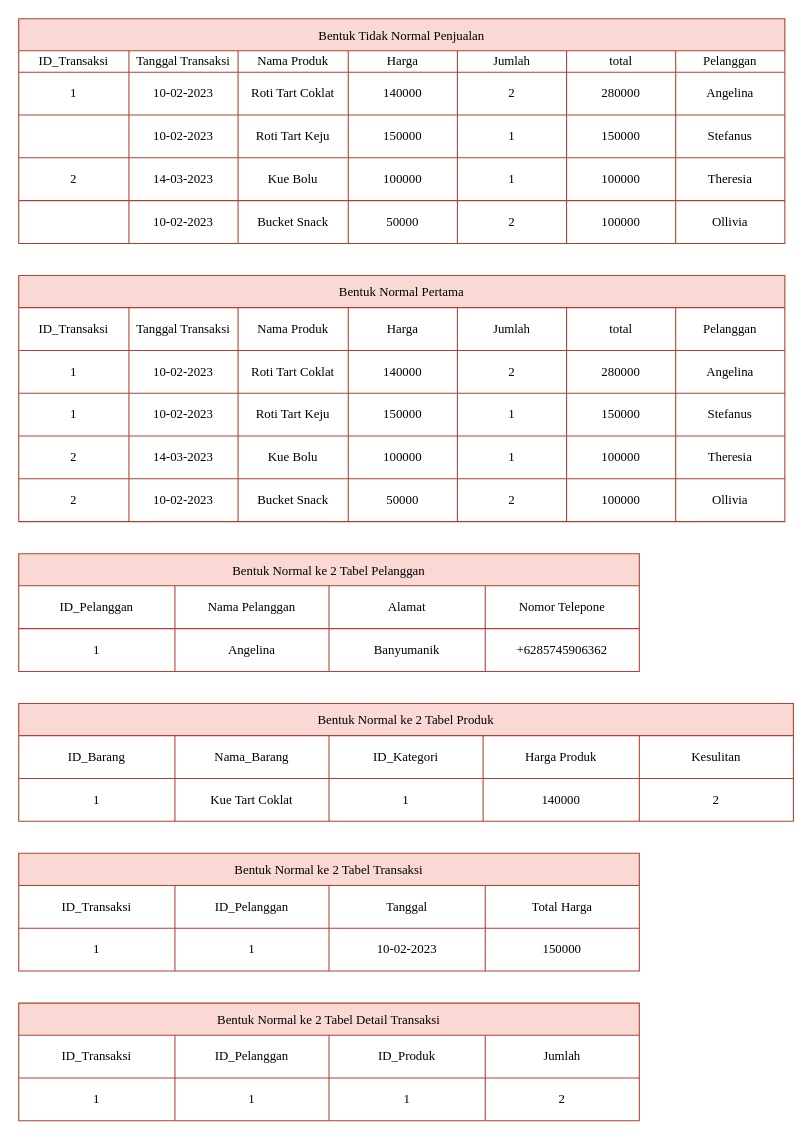
Earlier version of the draw.io diagram page "Normalisasi Revisi" (14 of 22) of TA.drawio (angelinahandini/TA). Source tidied: cells renumbered, new cells numbered last; positions are measured from the earlier drawing's top-left corner, leaving out a move shared by most shapes. Both pictures are drawn from the tidied source at 107%, with x=0, y=0 at pixel (18, 18).
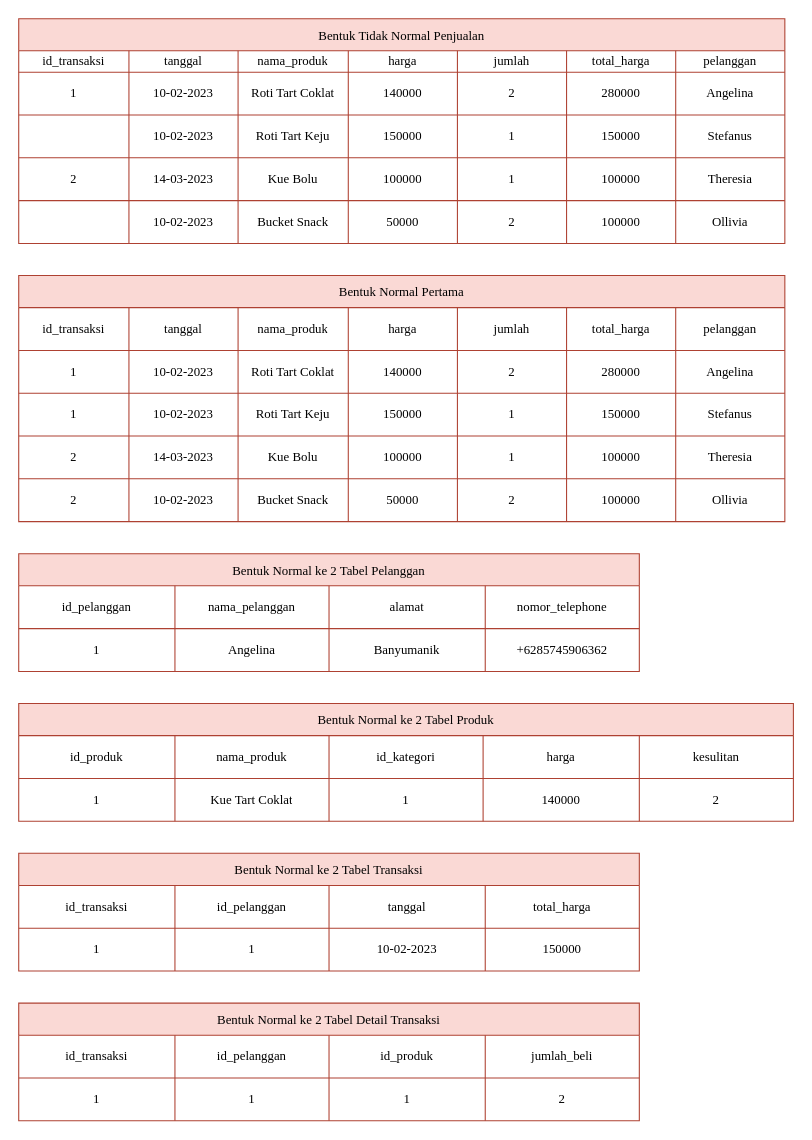
The same diagram, later.

The change refers to these unchanged cells:
```xml
<mxCell id="3" style="shape=tableRow;horizontal=0;startSize=0;swimlaneHead=0;swimlaneBody=0;strokeColor=inherit;top=0;left=0;bottom=0;right=0;fillColor=none;fontFamily=Times New Roman;" parent="2" vertex="1">
  <mxGeometry y="30" width="716" height="20" as="geometry" />
</mxCell>
<mxCell id="44" style="shape=tableRow;horizontal=0;startSize=0;swimlaneHead=0;swimlaneBody=0;strokeColor=inherit;top=0;left=0;bottom=0;right=0;fillColor=none;fontFamily=Times New Roman;" parent="43" vertex="1">
  <mxGeometry y="30" width="716" height="40" as="geometry" />
</mxCell>
<mxCell id="85" style="shape=tableRow;horizontal=0;startSize=0;swimlaneHead=0;swimlaneBody=0;strokeColor=inherit;top=0;left=0;bottom=0;right=0;fillColor=none;fontFamily=Times New Roman;" parent="84" vertex="1">
  <mxGeometry y="30" width="580" height="40" as="geometry" />
</mxCell>
<mxCell id="96" style="shape=tableRow;horizontal=0;startSize=0;swimlaneHead=0;swimlaneBody=0;strokeColor=inherit;top=0;left=0;bottom=0;right=0;fillColor=none;fontFamily=Times New Roman;" parent="95" vertex="1">
  <mxGeometry y="30" width="724" height="40" as="geometry" />
</mxCell>
<mxCell id="109" style="shape=tableRow;horizontal=0;startSize=0;swimlaneHead=0;swimlaneBody=0;strokeColor=inherit;top=0;left=0;bottom=0;right=0;fillColor=none;fontFamily=Times New Roman;" parent="108" vertex="1">
  <mxGeometry y="30" width="580" height="40" as="geometry" />
</mxCell>
<mxCell id="120" style="shape=tableRow;horizontal=0;startSize=0;swimlaneHead=0;swimlaneBody=0;strokeColor=inherit;top=0;left=0;bottom=0;right=0;fillColor=none;fontFamily=Times New Roman;" parent="119" vertex="1">
  <mxGeometry y="30" width="580" height="40" as="geometry" />
</mxCell>
```

The edit, as a diff of the source:
```diff
@@
-    <mxCell id="4" value="ID_Transaksi&lt;br&gt;" style="shape=partialRectangle;html=1;whiteSpace=wrap;strokeColor=inherit;overflow=hidden;fillColor=none;top=0;left=0;bottom=0;right=0;fontFamily=Times New Roman;" parent="3" vertex="1">
+    <mxCell id="4" value="id_transaksi" style="shape=partialRectangle;html=1;whiteSpace=wrap;strokeColor=inherit;overflow=hidden;fillColor=none;top=0;left=0;bottom=0;right=0;fontFamily=Times New Roman;" parent="3" vertex="1">
       <mxGeometry width="103" height="20" as="geometry" />
     </mxCell>
-    <mxCell id="5" value="Tanggal Transaksi" style="shape=partialRectangle;html=1;whiteSpace=wrap;strokeColor=inherit;overflow=hidden;fillColor=none;top=0;left=0;bottom=0;right=0;fontFamily=Times New Roman;" parent="3" vertex="1">
+    <mxCell id="5" value="tanggal" style="shape=partialRectangle;html=1;whiteSpace=wrap;strokeColor=inherit;overflow=hidden;fillColor=none;top=0;left=0;bottom=0;right=0;fontFamily=Times New Roman;" parent="3" vertex="1">
       <mxGeometry x="103" width="102" height="20" as="geometry" />
     </mxCell>
-    <mxCell id="6" value="Nama Produk" style="shape=partialRectangle;html=1;whiteSpace=wrap;strokeColor=inherit;overflow=hidden;fillColor=none;top=0;left=0;bottom=0;right=0;fontFamily=Times New Roman;" parent="3" vertex="1">
+    <mxCell id="6" value="nama_produk" style="shape=partialRectangle;html=1;whiteSpace=wrap;strokeColor=inherit;overflow=hidden;fillColor=none;top=0;left=0;bottom=0;right=0;fontFamily=Times New Roman;" parent="3" vertex="1">
       <mxGeometry x="205" width="103" height="20" as="geometry" />
     </mxCell>
-    <mxCell id="7" value="Harga" style="shape=partialRectangle;html=1;whiteSpace=wrap;strokeColor=inherit;overflow=hidden;fillColor=none;top=0;left=0;bottom=0;right=0;fontFamily=Times New Roman;" parent="3" vertex="1">
+    <mxCell id="7" value="harga" style="shape=partialRectangle;html=1;whiteSpace=wrap;strokeColor=inherit;overflow=hidden;fillColor=none;top=0;left=0;bottom=0;right=0;fontFamily=Times New Roman;" parent="3" vertex="1">
       <mxGeometry x="308" width="102" height="20" as="geometry" />
     </mxCell>
-    <mxCell id="8" value="Jumlah" style="shape=partialRectangle;html=1;whiteSpace=wrap;strokeColor=inherit;overflow=hidden;fillColor=none;top=0;left=0;bottom=0;right=0;fontFamily=Times New Roman;" parent="3" vertex="1">
+    <mxCell id="8" value="jumlah" style="shape=partialRectangle;html=1;whiteSpace=wrap;strokeColor=inherit;overflow=hidden;fillColor=none;top=0;left=0;bottom=0;right=0;fontFamily=Times New Roman;" parent="3" vertex="1">
       <mxGeometry x="410" width="102" height="20" as="geometry" />
     </mxCell>
-    <mxCell id="9" value="total" style="shape=partialRectangle;html=1;whiteSpace=wrap;strokeColor=inherit;overflow=hidden;fillColor=none;top=0;left=0;bottom=0;right=0;fontFamily=Times New Roman;" parent="3" vertex="1">
+    <mxCell id="9" value="total_harga" style="shape=partialRectangle;html=1;whiteSpace=wrap;strokeColor=inherit;overflow=hidden;fillColor=none;top=0;left=0;bottom=0;right=0;fontFamily=Times New Roman;" parent="3" vertex="1">
       <mxGeometry x="512" width="102" height="20" as="geometry" />
     </mxCell>
-    <mxCell id="10" value="Pelanggan" style="shape=partialRectangle;html=1;whiteSpace=wrap;strokeColor=inherit;overflow=hidden;fillColor=none;top=0;left=0;bottom=0;right=0;fontFamily=Times New Roman;" parent="3" vertex="1">
+    <mxCell id="10" value="pelanggan" style="shape=partialRectangle;html=1;whiteSpace=wrap;strokeColor=inherit;overflow=hidden;fillColor=none;top=0;left=0;bottom=0;right=0;fontFamily=Times New Roman;" parent="3" vertex="1">
       <mxGeometry x="614" width="102" height="20" as="geometry" />
     </mxCell>
@@
-    <mxCell id="45" value="ID_Transaksi&lt;br&gt;" style="shape=partialRectangle;html=1;whiteSpace=wrap;strokeColor=inherit;overflow=hidden;fillColor=none;top=0;left=0;bottom=0;right=0;fontFamily=Times New Roman;" parent="44" vertex="1">
+    <mxCell id="45" value="id_transaksi" style="shape=partialRectangle;html=1;whiteSpace=wrap;strokeColor=inherit;overflow=hidden;fillColor=none;top=0;left=0;bottom=0;right=0;fontFamily=Times New Roman;" parent="44" vertex="1">
       <mxGeometry width="103" height="40" as="geometry" />
     </mxCell>
-    <mxCell id="46" value="Tanggal Transaksi" style="shape=partialRectangle;html=1;whiteSpace=wrap;strokeColor=inherit;overflow=hidden;fillColor=none;top=0;left=0;bottom=0;right=0;fontFamily=Times New Roman;" parent="44" vertex="1">
+    <mxCell id="46" value="tanggal" style="shape=partialRectangle;html=1;whiteSpace=wrap;strokeColor=inherit;overflow=hidden;fillColor=none;top=0;left=0;bottom=0;right=0;fontFamily=Times New Roman;" parent="44" vertex="1">
       <mxGeometry x="103" width="102" height="40" as="geometry" />
     </mxCell>
-    <mxCell id="47" value="Nama Produk" style="shape=partialRectangle;html=1;whiteSpace=wrap;strokeColor=inherit;overflow=hidden;fillColor=none;top=0;left=0;bottom=0;right=0;fontFamily=Times New Roman;" parent="44" vertex="1">
+    <mxCell id="47" value="nama_produk" style="shape=partialRectangle;html=1;whiteSpace=wrap;strokeColor=inherit;overflow=hidden;fillColor=none;top=0;left=0;bottom=0;right=0;fontFamily=Times New Roman;" parent="44" vertex="1">
       <mxGeometry x="205" width="103" height="40" as="geometry" />
     </mxCell>
-    <mxCell id="48" value="Harga" style="shape=partialRectangle;html=1;whiteSpace=wrap;strokeColor=inherit;overflow=hidden;fillColor=none;top=0;left=0;bottom=0;right=0;fontFamily=Times New Roman;" parent="44" vertex="1">
+    <mxCell id="48" value="harga" style="shape=partialRectangle;html=1;whiteSpace=wrap;strokeColor=inherit;overflow=hidden;fillColor=none;top=0;left=0;bottom=0;right=0;fontFamily=Times New Roman;" parent="44" vertex="1">
       <mxGeometry x="308" width="102" height="40" as="geometry" />
     </mxCell>
-    <mxCell id="49" value="Jumlah" style="shape=partialRectangle;html=1;whiteSpace=wrap;strokeColor=inherit;overflow=hidden;fillColor=none;top=0;left=0;bottom=0;right=0;fontFamily=Times New Roman;" parent="44" vertex="1">
+    <mxCell id="49" value="jumlah" style="shape=partialRectangle;html=1;whiteSpace=wrap;strokeColor=inherit;overflow=hidden;fillColor=none;top=0;left=0;bottom=0;right=0;fontFamily=Times New Roman;" parent="44" vertex="1">
       <mxGeometry x="410" width="102" height="40" as="geometry" />
     </mxCell>
-    <mxCell id="50" value="total" style="shape=partialRectangle;html=1;whiteSpace=wrap;strokeColor=inherit;overflow=hidden;fillColor=none;top=0;left=0;bottom=0;right=0;fontFamily=Times New Roman;" parent="44" vertex="1">
+    <mxCell id="50" value="total_harga" style="shape=partialRectangle;html=1;whiteSpace=wrap;strokeColor=inherit;overflow=hidden;fillColor=none;top=0;left=0;bottom=0;right=0;fontFamily=Times New Roman;" parent="44" vertex="1">
       <mxGeometry x="512" width="102" height="40" as="geometry" />
     </mxCell>
-    <mxCell id="51" value="Pelanggan" style="shape=partialRectangle;html=1;whiteSpace=wrap;strokeColor=inherit;overflow=hidden;fillColor=none;top=0;left=0;bottom=0;right=0;fontFamily=Times New Roman;" parent="44" vertex="1">
+    <mxCell id="51" value="pelanggan" style="shape=partialRectangle;html=1;whiteSpace=wrap;strokeColor=inherit;overflow=hidden;fillColor=none;top=0;left=0;bottom=0;right=0;fontFamily=Times New Roman;" parent="44" vertex="1">
       <mxGeometry x="614" width="102" height="40" as="geometry" />
     </mxCell>
@@
-    <mxCell id="86" value="ID_Pelanggan" style="shape=partialRectangle;html=1;whiteSpace=wrap;strokeColor=inherit;overflow=hidden;fillColor=none;top=0;left=0;bottom=0;right=0;fontFamily=Times New Roman;" parent="85" vertex="1">
+    <mxCell id="86" value="id_pelanggan" style="shape=partialRectangle;html=1;whiteSpace=wrap;strokeColor=inherit;overflow=hidden;fillColor=none;top=0;left=0;bottom=0;right=0;fontFamily=Times New Roman;" parent="85" vertex="1">
       <mxGeometry width="146" height="40" as="geometry" />
     </mxCell>
-    <mxCell id="87" value="Nama Pelanggan" style="shape=partialRectangle;html=1;whiteSpace=wrap;strokeColor=inherit;overflow=hidden;fillColor=none;top=0;left=0;bottom=0;right=0;fontFamily=Times New Roman;" parent="85" vertex="1">
+    <mxCell id="87" value="nama_pelanggan" style="shape=partialRectangle;html=1;whiteSpace=wrap;strokeColor=inherit;overflow=hidden;fillColor=none;top=0;left=0;bottom=0;right=0;fontFamily=Times New Roman;" parent="85" vertex="1">
       <mxGeometry x="146" width="144" height="40" as="geometry" />
     </mxCell>
-    <mxCell id="88" value="Alamat" style="shape=partialRectangle;html=1;whiteSpace=wrap;strokeColor=inherit;overflow=hidden;fillColor=none;top=0;left=0;bottom=0;right=0;fontFamily=Times New Roman;" parent="85" vertex="1">
+    <mxCell id="88" value="alamat" style="shape=partialRectangle;html=1;whiteSpace=wrap;strokeColor=inherit;overflow=hidden;fillColor=none;top=0;left=0;bottom=0;right=0;fontFamily=Times New Roman;" parent="85" vertex="1">
       <mxGeometry x="290" width="146" height="40" as="geometry" />
     </mxCell>
-    <mxCell id="89" value="Nomor Telepone" style="shape=partialRectangle;html=1;whiteSpace=wrap;strokeColor=inherit;overflow=hidden;fillColor=none;top=0;left=0;bottom=0;right=0;fontFamily=Times New Roman;" parent="85" vertex="1">
+    <mxCell id="89" value="nomor_telephone" style="shape=partialRectangle;html=1;whiteSpace=wrap;strokeColor=inherit;overflow=hidden;fillColor=none;top=0;left=0;bottom=0;right=0;fontFamily=Times New Roman;" parent="85" vertex="1">
       <mxGeometry x="436" width="144" height="40" as="geometry" />
     </mxCell>
@@
-    <mxCell id="97" value="ID_Barang" style="shape=partialRectangle;html=1;whiteSpace=wrap;strokeColor=inherit;overflow=hidden;fillColor=none;top=0;left=0;bottom=0;right=0;fontFamily=Times New Roman;" parent="96" vertex="1">
+    <mxCell id="97" value="id_produk" style="shape=partialRectangle;html=1;whiteSpace=wrap;strokeColor=inherit;overflow=hidden;fillColor=none;top=0;left=0;bottom=0;right=0;fontFamily=Times New Roman;" parent="96" vertex="1">
       <mxGeometry width="146" height="40" as="geometry" />
     </mxCell>
-    <mxCell id="98" value="Nama_Barang" style="shape=partialRectangle;html=1;whiteSpace=wrap;strokeColor=inherit;overflow=hidden;fillColor=none;top=0;left=0;bottom=0;right=0;fontFamily=Times New Roman;" parent="96" vertex="1">
+    <mxCell id="98" value="nama_produk" style="shape=partialRectangle;html=1;whiteSpace=wrap;strokeColor=inherit;overflow=hidden;fillColor=none;top=0;left=0;bottom=0;right=0;fontFamily=Times New Roman;" parent="96" vertex="1">
       <mxGeometry x="146" width="144" height="40" as="geometry" />
     </mxCell>
-    <mxCell id="99" value="ID_Kategori" style="shape=partialRectangle;html=1;whiteSpace=wrap;strokeColor=inherit;overflow=hidden;fillColor=none;top=0;left=0;bottom=0;right=0;fontFamily=Times New Roman;" parent="96" vertex="1">
+    <mxCell id="99" value="id_kategori" style="shape=partialRectangle;html=1;whiteSpace=wrap;strokeColor=inherit;overflow=hidden;fillColor=none;top=0;left=0;bottom=0;right=0;fontFamily=Times New Roman;" parent="96" vertex="1">
       <mxGeometry x="290" width="144" height="40" as="geometry" />
     </mxCell>
-    <mxCell id="100" value="Harga Produk" style="shape=partialRectangle;html=1;whiteSpace=wrap;strokeColor=inherit;overflow=hidden;fillColor=none;top=0;left=0;bottom=0;right=0;fontFamily=Times New Roman;" parent="96" vertex="1">
+    <mxCell id="100" value="harga" style="shape=partialRectangle;html=1;whiteSpace=wrap;strokeColor=inherit;overflow=hidden;fillColor=none;top=0;left=0;bottom=0;right=0;fontFamily=Times New Roman;" parent="96" vertex="1">
       <mxGeometry x="434" width="146" height="40" as="geometry" />
     </mxCell>
-    <mxCell id="101" value="Kesulitan" style="shape=partialRectangle;html=1;whiteSpace=wrap;strokeColor=inherit;overflow=hidden;fillColor=none;top=0;left=0;bottom=0;right=0;fontFamily=Times New Roman;" parent="96" vertex="1">
+    <mxCell id="101" value="kesulitan" style="shape=partialRectangle;html=1;whiteSpace=wrap;strokeColor=inherit;overflow=hidden;fillColor=none;top=0;left=0;bottom=0;right=0;fontFamily=Times New Roman;" parent="96" vertex="1">
       <mxGeometry x="580" width="144" height="40" as="geometry" />
     </mxCell>
@@
-    <mxCell id="110" value="ID_Transaksi" style="shape=partialRectangle;html=1;whiteSpace=wrap;strokeColor=inherit;overflow=hidden;fillColor=none;top=0;left=0;bottom=0;right=0;fontFamily=Times New Roman;" parent="109" vertex="1">
+    <mxCell id="110" value="id_transaksi" style="shape=partialRectangle;html=1;whiteSpace=wrap;strokeColor=inherit;overflow=hidden;fillColor=none;top=0;left=0;bottom=0;right=0;fontFamily=Times New Roman;" parent="109" vertex="1">
       <mxGeometry width="146" height="40" as="geometry" />
     </mxCell>
-    <mxCell id="111" value="ID_Pelanggan" style="shape=partialRectangle;html=1;whiteSpace=wrap;strokeColor=inherit;overflow=hidden;fillColor=none;top=0;left=0;bottom=0;right=0;fontFamily=Times New Roman;" parent="109" vertex="1">
+    <mxCell id="111" value="id_pelanggan" style="shape=partialRectangle;html=1;whiteSpace=wrap;strokeColor=inherit;overflow=hidden;fillColor=none;top=0;left=0;bottom=0;right=0;fontFamily=Times New Roman;" parent="109" vertex="1">
       <mxGeometry x="146" width="144" height="40" as="geometry" />
     </mxCell>
-    <mxCell id="112" value="Tanggal" style="shape=partialRectangle;html=1;whiteSpace=wrap;strokeColor=inherit;overflow=hidden;fillColor=none;top=0;left=0;bottom=0;right=0;fontFamily=Times New Roman;" parent="109" vertex="1">
+    <mxCell id="112" value="tanggal" style="shape=partialRectangle;html=1;whiteSpace=wrap;strokeColor=inherit;overflow=hidden;fillColor=none;top=0;left=0;bottom=0;right=0;fontFamily=Times New Roman;" parent="109" vertex="1">
       <mxGeometry x="290" width="146" height="40" as="geometry" />
     </mxCell>
-    <mxCell id="113" value="Total Harga" style="shape=partialRectangle;html=1;whiteSpace=wrap;strokeColor=inherit;overflow=hidden;fillColor=none;top=0;left=0;bottom=0;right=0;fontFamily=Times New Roman;" parent="109" vertex="1">
+    <mxCell id="113" value="total_harga" style="shape=partialRectangle;html=1;whiteSpace=wrap;strokeColor=inherit;overflow=hidden;fillColor=none;top=0;left=0;bottom=0;right=0;fontFamily=Times New Roman;" parent="109" vertex="1">
       <mxGeometry x="436" width="144" height="40" as="geometry" />
     </mxCell>
@@
-    <mxCell id="121" value="ID_Transaksi" style="shape=partialRectangle;html=1;whiteSpace=wrap;strokeColor=inherit;overflow=hidden;fillColor=none;top=0;left=0;bottom=0;right=0;fontFamily=Times New Roman;" parent="120" vertex="1">
+    <mxCell id="121" value="id_transaksi" style="shape=partialRectangle;html=1;whiteSpace=wrap;strokeColor=inherit;overflow=hidden;fillColor=none;top=0;left=0;bottom=0;right=0;fontFamily=Times New Roman;" parent="120" vertex="1">
       <mxGeometry width="146" height="40" as="geometry" />
     </mxCell>
-    <mxCell id="122" value="ID_Pelanggan" style="shape=partialRectangle;html=1;whiteSpace=wrap;strokeColor=inherit;overflow=hidden;fillColor=none;top=0;left=0;bottom=0;right=0;fontFamily=Times New Roman;" parent="120" vertex="1">
+    <mxCell id="122" value="id_pelanggan" style="shape=partialRectangle;html=1;whiteSpace=wrap;strokeColor=inherit;overflow=hidden;fillColor=none;top=0;left=0;bottom=0;right=0;fontFamily=Times New Roman;" parent="120" vertex="1">
       <mxGeometry x="146" width="144" height="40" as="geometry" />
     </mxCell>
-    <mxCell id="123" value="ID_Produk" style="shape=partialRectangle;html=1;whiteSpace=wrap;strokeColor=inherit;overflow=hidden;fillColor=none;top=0;left=0;bottom=0;right=0;fontFamily=Times New Roman;" parent="120" vertex="1">
+    <mxCell id="123" value="id_produk" style="shape=partialRectangle;html=1;whiteSpace=wrap;strokeColor=inherit;overflow=hidden;fillColor=none;top=0;left=0;bottom=0;right=0;fontFamily=Times New Roman;" parent="120" vertex="1">
       <mxGeometry x="290" width="146" height="40" as="geometry" />
     </mxCell>
-    <mxCell id="124" value="Jumlah" style="shape=partialRectangle;html=1;whiteSpace=wrap;strokeColor=inherit;overflow=hidden;fillColor=none;top=0;left=0;bottom=0;right=0;fontFamily=Times New Roman;" parent="120" vertex="1">
+    <mxCell id="124" value="jumlah_beli" style="shape=partialRectangle;html=1;whiteSpace=wrap;strokeColor=inherit;overflow=hidden;fillColor=none;top=0;left=0;bottom=0;right=0;fontFamily=Times New Roman;" parent="120" vertex="1">
       <mxGeometry x="436" width="144" height="40" as="geometry" />
     </mxCell>
```
